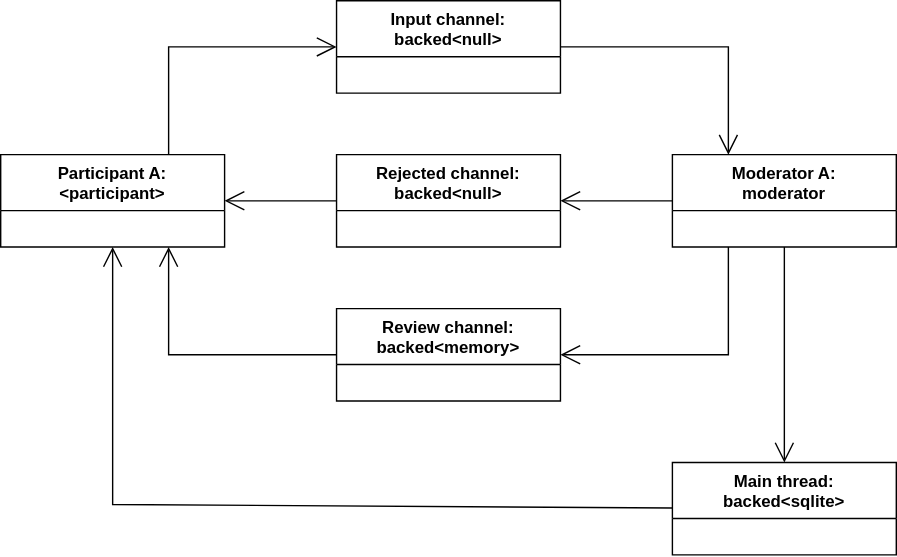
The draw.io diagram doc/moderated_channel.svg in vitalii-samoilenko/ai-chat-bot, before a commit. Source tidied: cells renumbered, new cells last; positions are measured from the earlier drawing's top-left corner, leaving out a move shared by most shapes. Its diagram source:
```xml
<mxGraphModel>
  <root>
    <mxCell id="0" />
    <mxCell id="1" parent="0" />
    <mxCell id="2" value="Participant A:&lt;div&gt;&amp;lt;participant&amp;gt;&lt;/div&gt;" style="swimlane;fontStyle=1;align=center;verticalAlign=top;horizontal=1;startSize=40;whiteSpace=wrap;html=1;" parent="1" vertex="1">
      <mxGeometry y="110" width="160" height="66" as="geometry" />
    </mxCell>
    <mxCell id="3" value="Input channel:&lt;div&gt;backed&amp;lt;null&amp;gt;&lt;/div&gt;" style="swimlane;fontStyle=1;align=center;verticalAlign=top;horizontal=1;startSize=40;whiteSpace=wrap;html=1;" parent="1" vertex="1">
      <mxGeometry x="240" width="160" height="66" as="geometry" />
    </mxCell>
    <mxCell id="4" style="endArrow=open;endFill=1;endSize=12;html=1;rounded=0;exitX=0.75;exitY=0;exitDx=0;exitDy=0;" parent="1" edge="1" source="2" target="3">
      <mxGeometry relative="1" as="geometry">
        <Array as="points">
          <mxPoint x="120" y="33" />
        </Array>
      </mxGeometry>
    </mxCell>
    <mxCell id="5" value="Moderator A:&lt;div&gt;moderator&lt;/div&gt;" style="swimlane;fontStyle=1;align=center;verticalAlign=top;horizontal=1;startSize=40;whiteSpace=wrap;html=1;" parent="1" vertex="1">
      <mxGeometry x="480" y="110" width="160" height="66" as="geometry" />
    </mxCell>
    <mxCell id="6" style="endArrow=open;endFill=1;endSize=12;html=1;rounded=0;entryX=0.25;entryY=0;entryDx=0;entryDy=0;" parent="1" edge="1" source="3" target="5">
      <mxGeometry relative="1" as="geometry">
        <Array as="points">
          <mxPoint x="520" y="33" />
        </Array>
      </mxGeometry>
    </mxCell>
    <mxCell id="7" value="Main thread:&lt;div&gt;backed&amp;lt;sqlite&amp;gt;&lt;/div&gt;" style="swimlane;fontStyle=1;align=center;verticalAlign=top;horizontal=1;startSize=40;whiteSpace=wrap;html=1;" parent="1" vertex="1">
      <mxGeometry x="480" y="330" width="160" height="66" as="geometry" />
    </mxCell>
    <mxCell id="8" value="Rejected channel:&lt;div&gt;backed&amp;lt;null&amp;gt;&lt;/div&gt;" style="swimlane;fontStyle=1;align=center;verticalAlign=top;horizontal=1;startSize=40;whiteSpace=wrap;html=1;" parent="1" vertex="1">
      <mxGeometry x="240" y="110" width="160" height="66" as="geometry" />
    </mxCell>
    <mxCell id="9" value="Review channel:&lt;div&gt;backed&amp;lt;memory&amp;gt;&lt;/div&gt;" style="swimlane;fontStyle=1;align=center;verticalAlign=top;horizontal=1;startSize=40;whiteSpace=wrap;html=1;" parent="1" vertex="1">
      <mxGeometry x="240" y="220" width="160" height="66" as="geometry" />
    </mxCell>
    <mxCell id="10" style="endArrow=open;endFill=1;endSize=12;html=1;rounded=0;" parent="1" edge="1" source="5" target="8">
      <mxGeometry relative="1" as="geometry" />
    </mxCell>
    <mxCell id="11" style="endArrow=open;endFill=1;endSize=12;html=1;rounded=0;exitX=0.25;exitY=1;exitDx=0;exitDy=0;" parent="1" edge="1" source="5" target="9">
      <mxGeometry relative="1" as="geometry">
        <Array as="points">
          <mxPoint x="520" y="253" />
        </Array>
      </mxGeometry>
    </mxCell>
    <mxCell id="12" style="endArrow=open;endFill=1;endSize=12;html=1;rounded=0;" parent="1" edge="1" source="8" target="2">
      <mxGeometry relative="1" as="geometry" />
    </mxCell>
    <mxCell id="13" style="endArrow=open;endFill=1;endSize=12;html=1;rounded=0;entryX=0.75;entryY=1;entryDx=0;entryDy=0;" parent="1" edge="1" source="9" target="2">
      <mxGeometry relative="1" as="geometry">
        <Array as="points">
          <mxPoint x="120" y="253" />
        </Array>
      </mxGeometry>
    </mxCell>
    <mxCell id="14" style="endArrow=open;endFill=1;endSize=12;html=1;rounded=0;" parent="1" edge="1" source="5" target="7">
      <mxGeometry relative="1" as="geometry" />
    </mxCell>
    <mxCell id="15" style="endArrow=open;endFill=1;endSize=12;html=1;rounded=0;" parent="1" edge="1" source="7" target="2">
      <mxGeometry relative="1" as="geometry">
        <Array as="points">
          <mxPoint x="80" y="360" />
        </Array>
      </mxGeometry>
    </mxCell>
  </root>
</mxGraphModel>
```
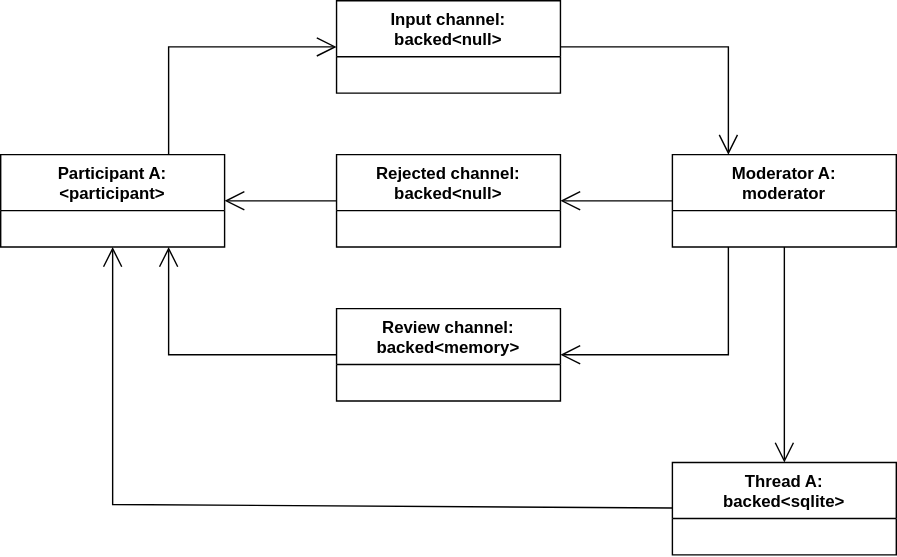
The same diagram one commit later.

The edit, as a diff of the source:
```diff
@@ -25,7 +25,7 @@
         </Array>
       </mxGeometry>
     </mxCell>
-    <mxCell id="7" value="Main thread:&lt;div&gt;backed&amp;lt;sqlite&amp;gt;&lt;/div&gt;" style="swimlane;fontStyle=1;align=center;verticalAlign=top;horizontal=1;startSize=40;whiteSpace=wrap;html=1;" parent="1" vertex="1">
+    <mxCell id="7" value="Thread A:&lt;div&gt;backed&amp;lt;sqlite&amp;gt;&lt;/div&gt;" style="swimlane;fontStyle=1;align=center;verticalAlign=top;horizontal=1;startSize=40;whiteSpace=wrap;html=1;" parent="1" vertex="1">
       <mxGeometry x="480" y="330" width="160" height="66" as="geometry" />
     </mxCell>
     <mxCell id="8" value="Rejected channel:&lt;div&gt;backed&amp;lt;null&amp;gt;&lt;/div&gt;" style="swimlane;fontStyle=1;align=center;verticalAlign=top;horizontal=1;startSize=40;whiteSpace=wrap;html=1;" parent="1" vertex="1">
```
